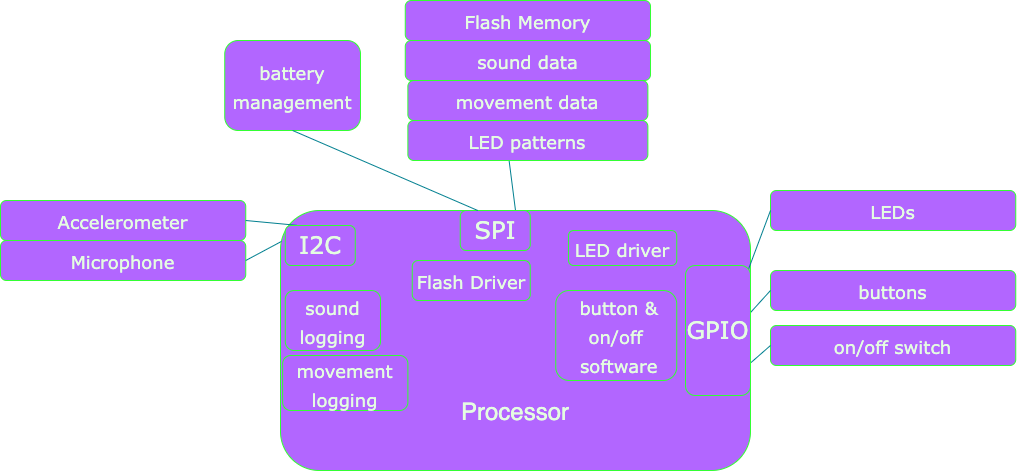
Above: week-1-exercise/software-block-diagram-week-1.png in SlumberParty/claires-making-embedded-systems-coursework (draw.io), before the change. Source tidied: cells renumbered, new cells last; positions are measured from the earlier drawing's top-left corner, leaving out a move shared by most shapes.
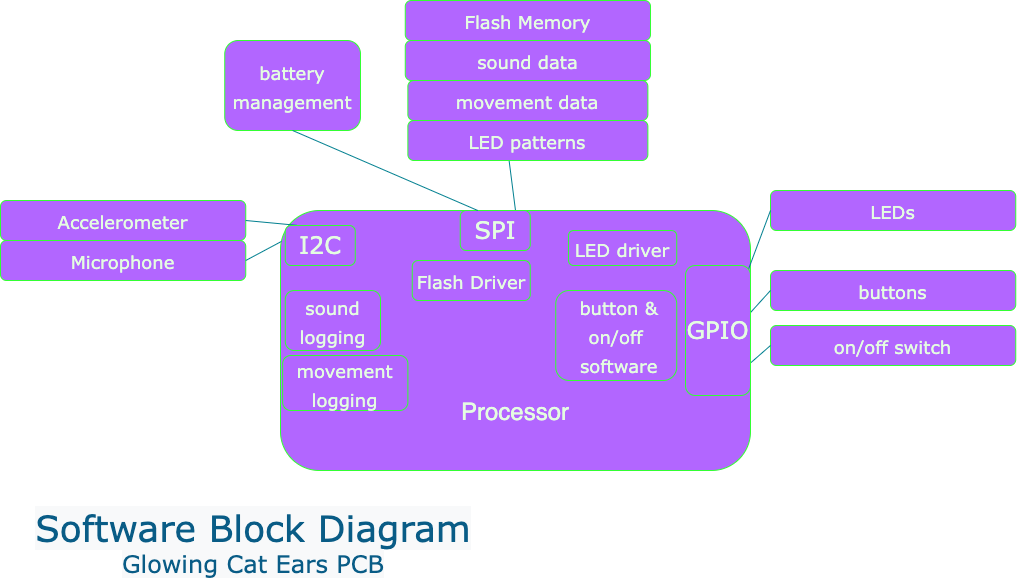
The same file after the commit.

The edit, as a diff of the source:
```diff
@@ -82,5 +82,8 @@
     <mxCell id="27" style="endArrow=none;html=1;rounded=1;sketch=0;fontFamily=Verdana;fontSize=24;fontColor=#E4FDE1;strokeColor=#028090;fillColor=#F45B69;curved=0;exitX=0.5;exitY=1;exitDx=0;exitDy=0;entryX=0.25;entryY=0;entryDx=0;entryDy=0;" parent="1" edge="1" source="26" target="4">
       <mxGeometry relative="1" as="geometry" />
     </mxCell>
+    <mxCell id="28" value="&lt;font style=&quot;color: rgb(9 , 92 , 134) ; font-family: &amp;#34;verdana&amp;#34; ; font-style: normal ; font-weight: 400 ; letter-spacing: normal ; text-indent: 0px ; text-transform: none ; word-spacing: 0px ; background-color: rgb(248 , 249 , 250) ; font-size: 36px&quot;&gt;Software Block Diagram&lt;/font&gt;&lt;br style=&quot;color: rgb(9 , 92 , 134) ; font-family: &amp;#34;verdana&amp;#34; ; font-size: 14px ; font-style: normal ; font-weight: 400 ; letter-spacing: normal ; text-indent: 0px ; text-transform: none ; word-spacing: 0px ; background-color: rgb(248 , 249 , 250)&quot;&gt;&lt;font style=&quot;color: rgb(9 , 92 , 134) ; font-family: &amp;#34;verdana&amp;#34; ; font-style: normal ; font-weight: 400 ; letter-spacing: normal ; text-indent: 0px ; text-transform: none ; word-spacing: 0px ; background-color: rgb(248 , 249 , 250) ; font-size: 24px&quot;&gt;Glowing Cat Ears PCB&lt;/font&gt;" style="text;whiteSpace=wrap;html=1;fontSize=18;fontFamily=Verdana;fontColor=#9933FF;align=center;" parent="1" vertex="1">
+      <mxGeometry x="18" y="500" width="470" height="70" as="geometry" />
+    </mxCell>
   </root>
 </mxGraphModel>
```
